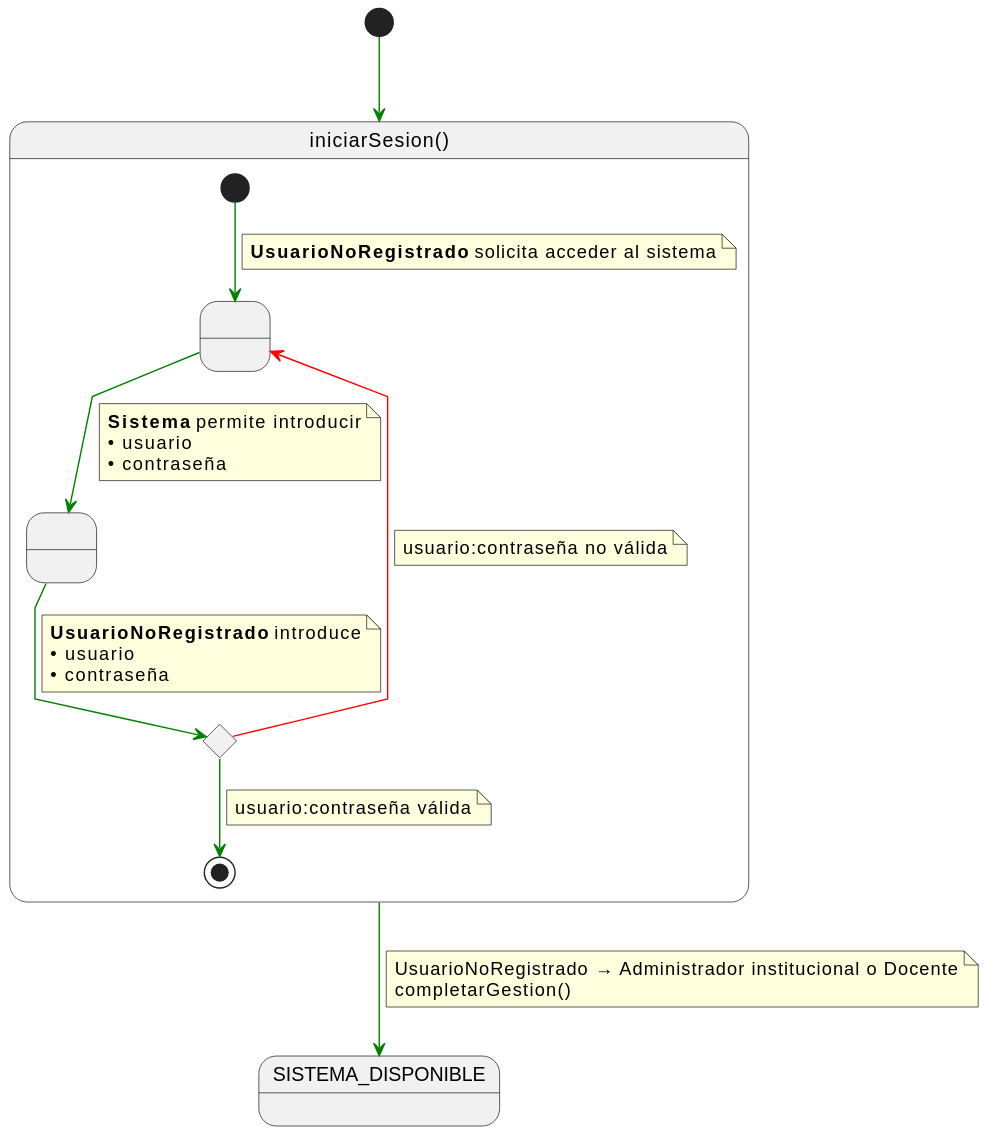
Above: documents/casos-de-uso/detalladoCasosDeUso/iniciarSesion/iniciarSesion.svg in martinlopez7/25-26-IdSw1-SdR (PlantUML), before the change. Its diagram source:
```plantuml
@startuml
skinparam linetype polyline

state iniciarSesion as "iniciarSesion()" {

    state " " as SolicitandoAcceso
    state " " as ProporcionandoCredenciales
    state c <<choice>>

    [*] -[#green]-> SolicitandoAcceso
    note on link
    <b>UsuarioNoRegistrado</b> solicita acceder al sistema
    end note

    SolicitandoAcceso -[#green]-> ProporcionandoCredenciales
    note on link
    <b>Sistema</b> permite introducir
    • usuario
    • contraseña
    end note

    ProporcionandoCredenciales -[#green]-> c
    note on link
    <b>UsuarioNoRegistrado</b> introduce
    • usuario
    • contraseña
    end note

    c -[#red]-> SolicitandoAcceso
    note on link
    usuario:contraseña no válida
    end note

    c -[#green]-> [*]
    note on link
    usuario:contraseña válida
    end note
}

[*] -[#green]-> iniciarSesion

iniciarSesion -[#green]-> SISTEMA_DISPONIBLE
note on link
UsuarioNoRegistrado → Administrador institucional o Docente
completarGestion()
end note
@enduml
```
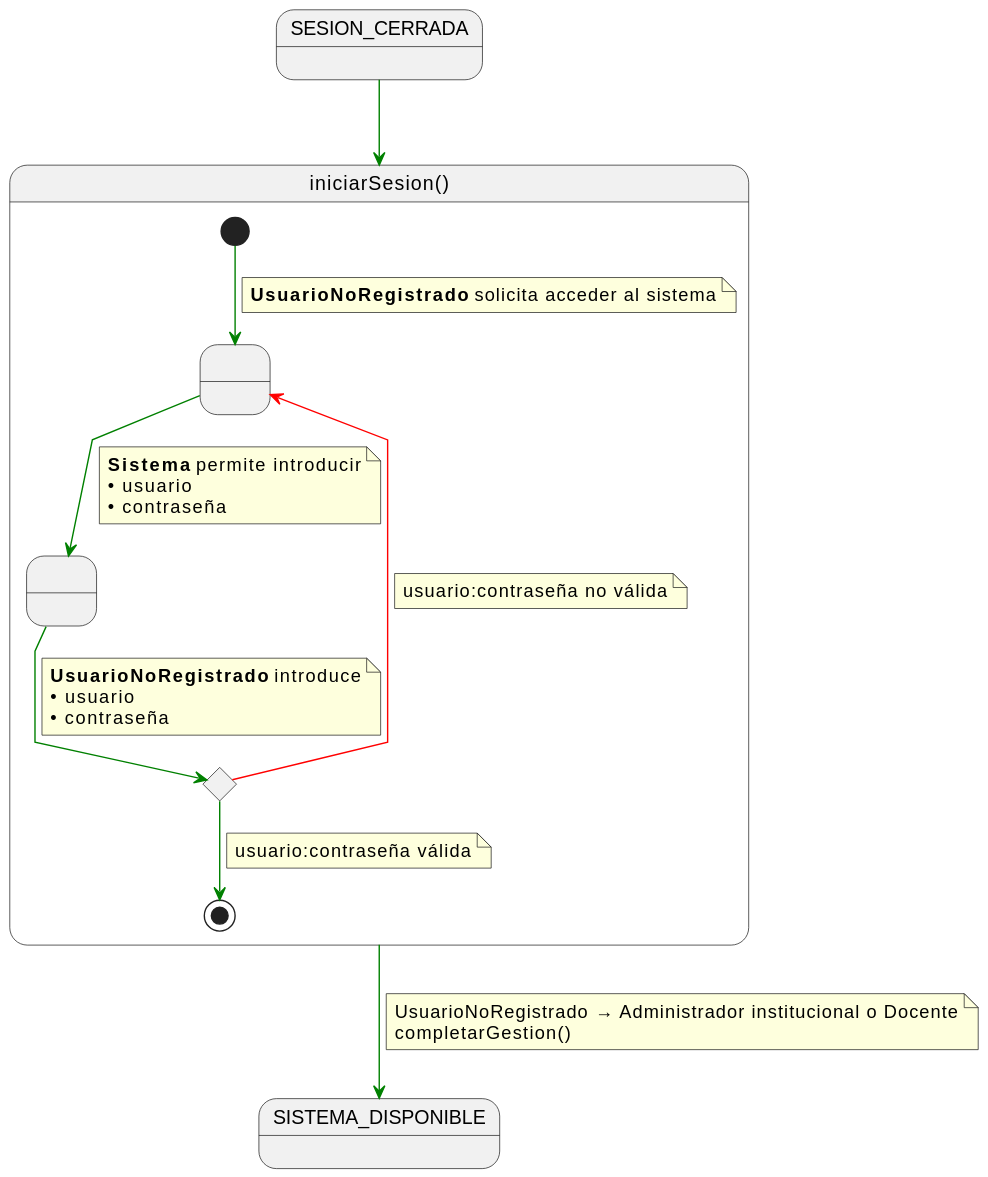
The same diagram one commit later.

The edit, as a diff of the source:
```diff
@@ -37,7 +37,7 @@
     end note
 }
 
-[*] -[#green]-> iniciarSesion
+SESION_CERRADA -[#green]-> iniciarSesion
 
 iniciarSesion -[#green]-> SISTEMA_DISPONIBLE
 note on link
```
